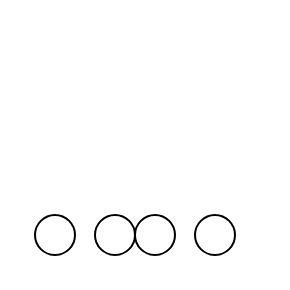
Above: Untitled Diagram.drawio in jlinleung/Cheatsheets (draw.io), before the change. Source tidied: cells renumbered, new cells numbered last; positions are measured from the earlier drawing's top-left corner, leaving out a move shared by most shapes. Both pictures are drawn from the tidied source at 200%, with x=0, y=0 at pixel (34, 214).
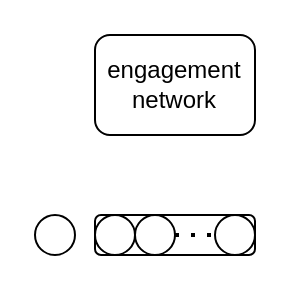
The same diagram, later.

Commit message:
add engagement network Diagram.drawio

The edit, as a diff of the source:
```diff
@@
 <mxGraphModel>
   <root>
     <mxCell id="0" />
     <mxCell id="1" parent="0" />
+    <mxCell id="6" style="rounded=1;whiteSpace=wrap;html=1;" parent="1" vertex="1">
+      <mxGeometry x="30" width="80" height="20" as="geometry" />
+    </mxCell>
     <mxCell id="2" style="ellipse;whiteSpace=wrap;html=1;" parent="1" vertex="1">
       <mxGeometry width="20" height="20" as="geometry" />
     </mxCell>
     <mxCell id="3" style="ellipse;whiteSpace=wrap;html=1;" parent="1" vertex="1">
       <mxGeometry x="30" width="20" height="20" as="geometry" />
     </mxCell>
     <mxCell id="4" style="ellipse;whiteSpace=wrap;html=1;" parent="1" vertex="1">
       <mxGeometry x="50" width="20" height="20" as="geometry" />
     </mxCell>
     <mxCell id="5" style="ellipse;whiteSpace=wrap;html=1;" parent="1" vertex="1">
-      <mxGeometry x="80" width="20" height="20" as="geometry" />
+      <mxGeometry x="90" width="20" height="20" as="geometry" />
     </mxCell>
+    <mxCell id="7" style="endArrow=none;dashed=1;html=1;dashPattern=1 3;strokeWidth=2;exitX=1;exitY=0.5;exitDx=0;exitDy=0;entryX=0;entryY=0.5;entryDx=0;entryDy=0;" parent="1" edge="1" source="4" target="5">
+      <mxGeometry relative="1" as="geometry" />
+    </mxCell>
+    <mxCell id="8" value="engagement network" style="rounded=1;whiteSpace=wrap;html=1;" parent="1" vertex="1">
+      <mxGeometry x="30" y="-90" width="80" height="50" as="geometry" />
+    </mxCell>
   </root>
 </mxGraphModel>
```
